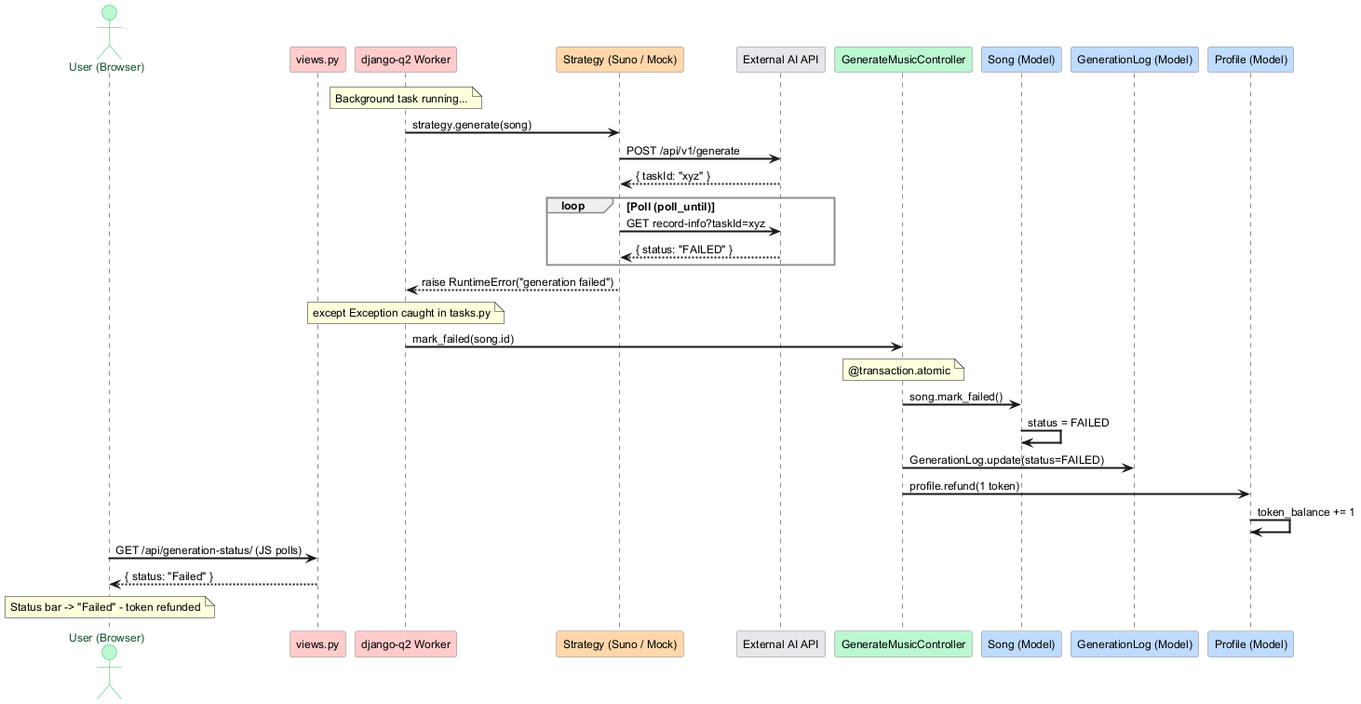
Earlier version of the PlantUML export diagrams/UC01_Failure_Path.png (Yotshiba/AI_MUSIC_GENERATER).
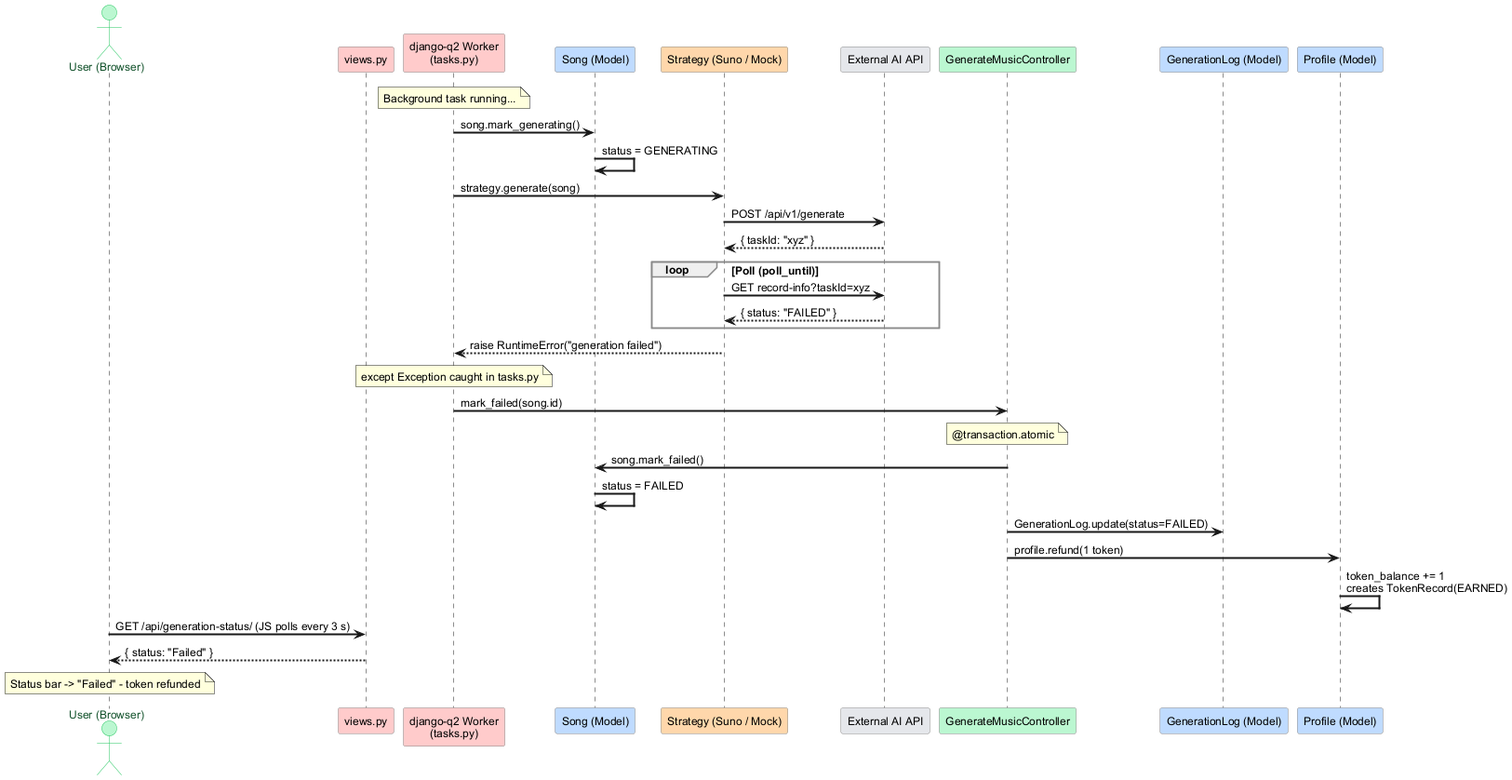
After the commit.

Diff of the diagram source:
```diff
@@ -16,15 +16,18 @@
 
 actor "User (Browser)" as User
 participant "views.py" as View #fecaca
-participant "django-q2 Worker" as Queue #fecaca
+participant "django-q2 Worker\n(tasks.py)" as Queue #fecaca
+participant "Song (Model)" as Song #bfdbfe
 participant "Strategy (Suno / Mock)" as Strategy #fed7aa
 participant "External AI API" as API #e5e7eb
 participant "GenerateMusicController" as Ctrl #bbf7d0
-participant "Song (Model)" as Song #bfdbfe
 participant "GenerationLog (Model)" as Log #bfdbfe
 participant "Profile (Model)" as Profile #bfdbfe
 
 note over Queue : Background task running...
+
+Queue -> Song : song.mark_generating()
+Song -> Song : status = GENERATING
 
 Queue -> Strategy : strategy.generate(song)
 Strategy -> API : POST /api/v1/generate
@@ -47,9 +50,9 @@
 Song -> Song : status = FAILED
 Ctrl -> Log : GenerationLog.update(status=FAILED)
 Ctrl -> Profile : profile.refund(1 token)
-Profile -> Profile : token_balance += 1
+Profile -> Profile : token_balance += 1\ncreates TokenRecord(EARNED)
 
-User -> View : GET /api/generation-status/ (JS polls)
+User -> View : GET /api/generation-status/ (JS polls every 3 s)
 View --> User : { status: "Failed" }
 note over User : Status bar -> "Failed" - token refunded
 
```
